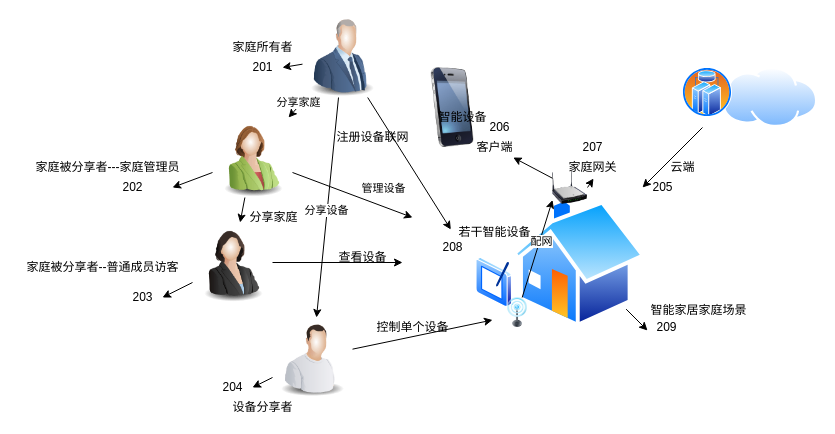
This is page "Page-7" (7 of 14) of 未命名绘图.drawio from Callanna/Who, a draw.io file, before an edit. Source tidied: cells renumbered, new cells numbered last; positions are measured from the earlier drawing's top-left corner, leaving out a move shared by most shapes. Both pictures are drawn from the tidied source at 100%, with x=0, y=0 at pixel (17, 17).
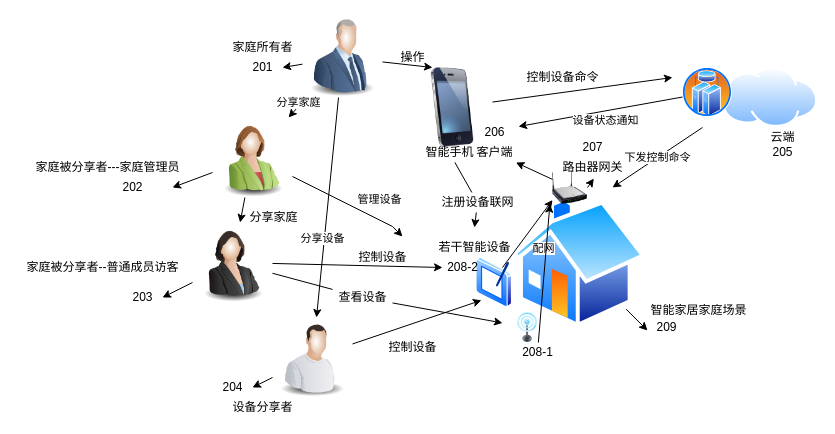
Above is the later version.

Commit message:
Update 未命名绘图.drawio

The change refers to these unchanged cells:
```xml
<mxCell id="3" style="perimeter=ellipsePerimeter;html=1;align=center;shadow=0;dashed=0;spacingTop=3;image;image=img/lib/active_directory/home.svg;" parent="1" vertex="1">
  <mxGeometry x="495" y="180" width="134" height="130" as="geometry" />
</mxCell>
<mxCell id="5" style="perimeter=ellipsePerimeter;html=1;align=center;shadow=0;dashed=0;spacingTop=3;image;image=img/lib/active_directory/cluster_server.svg;" parent="1" vertex="1">
  <mxGeometry x="665" y="50" width="50" height="50" as="geometry" />
</mxCell>
<mxCell id="6" style="perimeter=ellipsePerimeter;html=1;align=center;shadow=0;dashed=0;spacingTop=3;image;image=img/lib/active_directory/tablet_pc.svg;" parent="1" vertex="1">
  <mxGeometry x="458.5" y="240" width="36.5" height="50" as="geometry" />
</mxCell>
<mxCell id="8" style="image;html=1;image=img/lib/clip_art/networking/Wireless_Router_N_128x128.png;" parent="1" vertex="1">
  <mxGeometry x="535" y="145" width="35" height="50" as="geometry" />
</mxCell>
<mxCell id="13" style="image;html=1;image=img/lib/clip_art/people/Suit_Woman_Green_128x128.png;" parent="1" vertex="1">
  <mxGeometry x="195" y="100" width="80" height="80" as="geometry" />
</mxCell>
<mxCell id="16" style="image;html=1;image=img/lib/clip_art/people/Suit_Woman_128x128.png;" parent="1" vertex="1">
  <mxGeometry x="175" y="205" width="80" height="80" as="geometry" />
</mxCell>
<mxCell id="19" style="image;html=1;image=img/lib/clip_art/people/Worker_Man_128x128.png;" parent="1" vertex="1">
  <mxGeometry x="255" y="300" width="80" height="80" as="geometry" />
</mxCell>
<mxCell id="24" style="edgeStyle=none;rounded=0;jettySize=auto;html=1;" parent="1" edge="1" source="26" target="19">
  <mxGeometry relative="1" as="geometry" />
</mxCell>
<mxCell id="26" style="image;html=1;image=img/lib/clip_art/people/Suit_Man_Blue_128x128.png;" parent="1" vertex="1">
  <mxGeometry x="285" width="80" height="80" as="geometry" />
</mxCell>
<mxCell id="30" style="image;html=1;image=img/lib/clip_art/telecommunication/iPhone_128x128.png;" parent="1" vertex="1">
  <mxGeometry x="395" y="50" width="80" height="80" as="geometry" />
</mxCell>
```

Diff of the diagram source:
```diff
@@
+    <mxCell id="56" style="edgeStyle=none;rounded=0;jettySize=auto;html=1;entryX=1.106;entryY=0.2;entryDx=0;entryDy=0;entryPerimeter=0;" parent="1" edge="1" source="5" target="49">
+      <mxGeometry relative="1" as="geometry" />
+    </mxCell>
+    <mxCell id="57" value="设备状态通知" style="edgeLabel;html=1;align=center;verticalAlign=middle;" parent="56" vertex="1">
+      <mxGeometry x="-0.02" y="3" relative="1" as="geometry">
+        <mxPoint x="2" y="6" as="offset" />
+      </mxGeometry>
+    </mxCell>
@@
-    <mxCell id="10" style="edgeStyle=none;rounded=0;jettySize=auto;html=1;" parent="1" edge="1" source="13">
+    <mxCell id="10" style="edgeStyle=none;rounded=0;orthogonalLoop=1;jettySize=auto;html=1;" parent="1" edge="1">
       <mxGeometry relative="1" as="geometry">
-        <mxPoint x="395" y="200" as="targetPoint" />
+        <mxPoint x="275" y="159" as="sourcePoint" />
+        <mxPoint x="385" y="219" as="targetPoint" />
+        <Array as="points">
+          <mxPoint x="375" y="209" />
+        </Array>
       </mxGeometry>
     </mxCell>
@@
-    <mxCell id="15" style="edgeStyle=none;rounded=0;jettySize=auto;html=1;" parent="1" edge="1" source="16">
-      <mxGeometry relative="1" as="geometry">
-        <mxPoint x="385" y="245" as="targetPoint" />
-      </mxGeometry>
+    <mxCell id="15" style="edgeStyle=none;rounded=0;jettySize=auto;html=1;startArrow=none;" parent="1" edge="1" source="54" target="29">
+      <mxGeometry relative="1" as="geometry" />
     </mxCell>
+    <mxCell id="58" style="edgeStyle=none;rounded=0;jettySize=auto;html=1;entryX=0.1;entryY=0.5;entryDx=0;entryDy=0;entryPerimeter=0;" parent="1" edge="1" source="16" target="51">
+      <mxGeometry relative="1" as="geometry" />
+    </mxCell>
@@
-    <mxCell id="18" style="edgeStyle=none;rounded=0;jettySize=auto;html=1;entryX=0;entryY=0.75;entryDx=0;entryDy=0;" parent="1" edge="1" source="19" target="29">
+    <mxCell id="18" style="edgeStyle=none;rounded=0;jettySize=auto;html=1;entryX=0;entryY=1;entryDx=0;entryDy=0;" parent="1" edge="1" source="19" target="6">
       <mxGeometry relative="1" as="geometry" />
     </mxCell>
@@
-    <mxCell id="20" style="edgeStyle=none;rounded=0;jettySize=auto;html=1;entryX=0.017;entryY=0.35;entryDx=0;entryDy=0;entryPerimeter=0;" parent="1" edge="1" source="26" target="36">
-      <mxGeometry relative="1" as="geometry" />
+    <mxCell id="20" style="edgeStyle=none;rounded=0;jettySize=auto;html=1;startArrow=none;" parent="1" edge="1" source="37">
+      <mxGeometry relative="1" as="geometry">
+        <mxPoint x="457" y="210" as="targetPoint" />
+      </mxGeometry>
     </mxCell>
@@
     <mxCell id="25" value="分享设备" style="edgeLabel;html=1;align=center;verticalAlign=middle;" parent="24" vertex="1">
-      <mxGeometry x="0.02" y="-1" relative="1" as="geometry" />
+      <mxGeometry x="0.02" y="-1" relative="1" as="geometry">
+        <mxPoint x="-4" y="28" as="offset" />
+      </mxGeometry>
     </mxCell>
+    <mxCell id="59" style="edgeStyle=none;rounded=0;jettySize=auto;html=1;entryX=0.25;entryY=0;entryDx=0;entryDy=0;" parent="1" edge="1" source="26" target="30">
+      <mxGeometry relative="1" as="geometry" />
+    </mxCell>
@@
-    <mxCell id="27" style="edgeStyle=none;rounded=0;jettySize=auto;html=1;entryX=0;entryY=0.75;entryDx=0;entryDy=0;" parent="1" edge="1" source="29" target="8">
-      <mxGeometry relative="1" as="geometry" />
+    <mxCell id="27" style="edgeStyle=none;rounded=0;jettySize=auto;html=1;entryX=0;entryY=0.75;entryDx=0;entryDy=0;" parent="1" edge="1" target="8">
+      <mxGeometry relative="1" as="geometry">
+        <mxPoint x="485" y="250" as="sourcePoint" />
+      </mxGeometry>
     </mxCell>
     <mxCell id="28" value="配网" style="edgeLabel;html=1;align=center;verticalAlign=middle;" parent="27" vertex="1">
-      <mxGeometry x="0.15" y="-1" relative="1" as="geometry" />
+      <mxGeometry x="0.15" y="-1" relative="1" as="geometry">
+        <mxPoint x="11" y="18" as="offset" />
+      </mxGeometry>
     </mxCell>
     <mxCell id="29" style="image;html=1;image=img/lib/clip_art/telecommunication/Signal_tower_on_128x128.png;" parent="1" vertex="1">
-      <mxGeometry x="475" y="280" width="50" height="30" as="geometry" />
+      <mxGeometry x="485" y="295" width="50" height="30" as="geometry" />
     </mxCell>
+    <mxCell id="60" style="edgeStyle=none;rounded=0;jettySize=auto;html=1;" parent="1" edge="1" source="30">
+      <mxGeometry relative="1" as="geometry">
+        <mxPoint x="655" y="60" as="targetPoint" />
+      </mxGeometry>
+    </mxCell>
@@
-    <mxCell id="31" style="endArrow=classic;html=1;" parent="1" edge="1">
+    <mxCell id="31" value="下发控制命令" style="endArrow=classic;html=1;" parent="1" edge="1">
       <mxGeometry relative="1" as="geometry">
         <mxPoint x="685" y="110" as="sourcePoint" />
-        <mxPoint x="625" y="170" as="targetPoint" />
+        <mxPoint x="595" y="170" as="targetPoint" />
       </mxGeometry>
     </mxCell>
     <mxCell id="32" value="云端" style="text;html=1;align=center;verticalAlign=middle;strokeColor=none;" parent="1" vertex="1">
-      <mxGeometry x="645" y="140" width="40" height="20" as="geometry" />
+      <mxGeometry x="745" y="110" width="40" height="20" as="geometry" />
     </mxCell>
@@
     <mxCell id="34" value="客户端" style="text;html=1;align=center;verticalAlign=middle;points=[];strokeColor=none;" parent="1" vertex="1">
-      <mxGeometry x="451.8" y="120" width="50" height="20" as="geometry" />
+      <mxGeometry x="451.8" y="125" width="50" height="20" as="geometry" />
     </mxCell>
@@
     <mxCell id="36" value="若干智能设备" style="text;html=1;align=center;verticalAlign=middle;points=[];strokeColor=none;" parent="1" vertex="1">
-      <mxGeometry x="431.8" y="205" width="90" height="20" as="geometry" />
+      <mxGeometry x="411.8" y="220" width="90" height="20" as="geometry" />
     </mxCell>
-    <mxCell id="37" value="注册设备联网" style="text;html=1;align=center;verticalAlign=middle;points=[];strokeColor=none;" parent="1" vertex="1">
-      <mxGeometry x="310" y="110" width="90" height="20" as="geometry" />
-    </mxCell>
@@
-    <mxCell id="46" value="智能设备" style="text;html=1;align=center;verticalAlign=middle;points=[];strokeColor=none;" parent="1" vertex="1">
-      <mxGeometry x="415" y="90" width="60" height="20" as="geometry" />
+    <mxCell id="46" value="智能手机" style="text;html=1;align=center;verticalAlign=middle;points=[];strokeColor=none;" parent="1" vertex="1">
+      <mxGeometry x="401.8" y="125" width="60" height="20" as="geometry" />
     </mxCell>
-    <mxCell id="47" value="家庭网关" style="text;html=1;align=center;verticalAlign=middle;points=[];strokeColor=none;" parent="1" vertex="1">
-      <mxGeometry x="545" y="140" width="60" height="20" as="geometry" />
+    <mxCell id="47" value="路由器网关" style="text;html=1;align=center;verticalAlign=middle;points=[];strokeColor=none;" parent="1" vertex="1">
+      <mxGeometry x="535" y="140" width="80" height="20" as="geometry" />
     </mxCell>
     <mxCell id="48" value="205" style="text;html=1;align=center;verticalAlign=middle;strokeColor=none;" parent="1" vertex="1">
-      <mxGeometry x="625" y="160" width="40" height="20" as="geometry" />
+      <mxGeometry x="745" y="125" width="40" height="20" as="geometry" />
     </mxCell>
     <mxCell id="49" value="206" style="text;html=1;align=center;verticalAlign=middle;points=[];strokeColor=none;" parent="1" vertex="1">
-      <mxGeometry x="461.8" y="100" width="40" height="20" as="geometry" />
+      <mxGeometry x="456.8" y="105" width="40" height="20" as="geometry" />
     </mxCell>
@@
-    <mxCell id="51" value="208" style="text;html=1;align=center;verticalAlign=middle;points=[];strokeColor=none;" parent="1" vertex="1">
-      <mxGeometry x="415" y="220" width="40" height="20" as="geometry" />
+    <mxCell id="51" value="208-2" style="text;html=1;align=center;verticalAlign=middle;points=[];strokeColor=none;" parent="1" vertex="1">
+      <mxGeometry x="420" y="240" width="50" height="20" as="geometry" />
     </mxCell>
@@
+    <mxCell id="55" value="控制设备" style="text;html=1;align=center;verticalAlign=middle;strokeColor=none;" parent="1" vertex="1">
+      <mxGeometry x="365" y="320" width="60" height="20" as="geometry" />
+    </mxCell>
+    <mxCell id="61" style="edgeStyle=none;rounded=0;jettySize=auto;html=1;entryX=0.25;entryY=0;entryDx=0;entryDy=0;" parent="1" edge="1" source="62" target="3">
+      <mxGeometry relative="1" as="geometry" />
+    </mxCell>
+    <mxCell id="62" value="208-1" style="text;html=1;align=center;verticalAlign=middle;points=[];strokeColor=none;" parent="1" vertex="1">
+      <mxGeometry x="495" y="325" width="50" height="20" as="geometry" />
+    </mxCell>
+    <mxCell id="63" value="操作" style="text;html=1;align=center;verticalAlign=middle;strokeColor=none;" parent="1" vertex="1">
+      <mxGeometry x="375" y="30" width="40" height="20" as="geometry" />
+    </mxCell>
+    <mxCell id="64" value="控制设备命令" style="text;html=1;align=center;verticalAlign=middle;strokeColor=none;" parent="1" vertex="1">
+      <mxGeometry x="500" y="50" width="90" height="20" as="geometry" />
+    </mxCell>
+    <mxCell id="37" value="注册设备联网" style="text;html=1;align=center;verticalAlign=middle;points=[];strokeColor=none;" parent="1" vertex="1">
+      <mxGeometry x="415" y="175" width="90" height="20" as="geometry" />
+    </mxCell>
+    <mxCell id="65" style="edgeStyle=none;rounded=0;jettySize=auto;html=1;endArrow=none;" parent="1" edge="1" source="46" target="37">
+      <mxGeometry relative="1" as="geometry" />
+    </mxCell>
+    <mxCell id="66" value="控制设备" style="text;html=1;align=center;verticalAlign=middle;strokeColor=none;" parent="1" vertex="1">
+      <mxGeometry x="335" y="230" width="60" height="20" as="geometry" />
+    </mxCell>
     <mxCell id="54" value="查看设备" style="text;html=1;align=center;verticalAlign=middle;points=[];strokeColor=none;" parent="1" vertex="1">
-      <mxGeometry x="315" y="230" width="60" height="20" as="geometry" />
+      <mxGeometry x="315" y="270" width="60" height="20" as="geometry" />
     </mxCell>
-    <mxCell id="55" value="控制单个设备" style="text;html=1;align=center;verticalAlign=middle;strokeColor=none;" parent="1" vertex="1">
-      <mxGeometry x="350" y="300" width="90" height="20" as="geometry" />
-    </mxCell>
+    <mxCell id="67" style="edgeStyle=none;rounded=0;jettySize=auto;html=1;endArrow=none;" parent="1" edge="1" source="16" target="54">
+      <mxGeometry relative="1" as="geometry" />
+    </mxCell>
```
